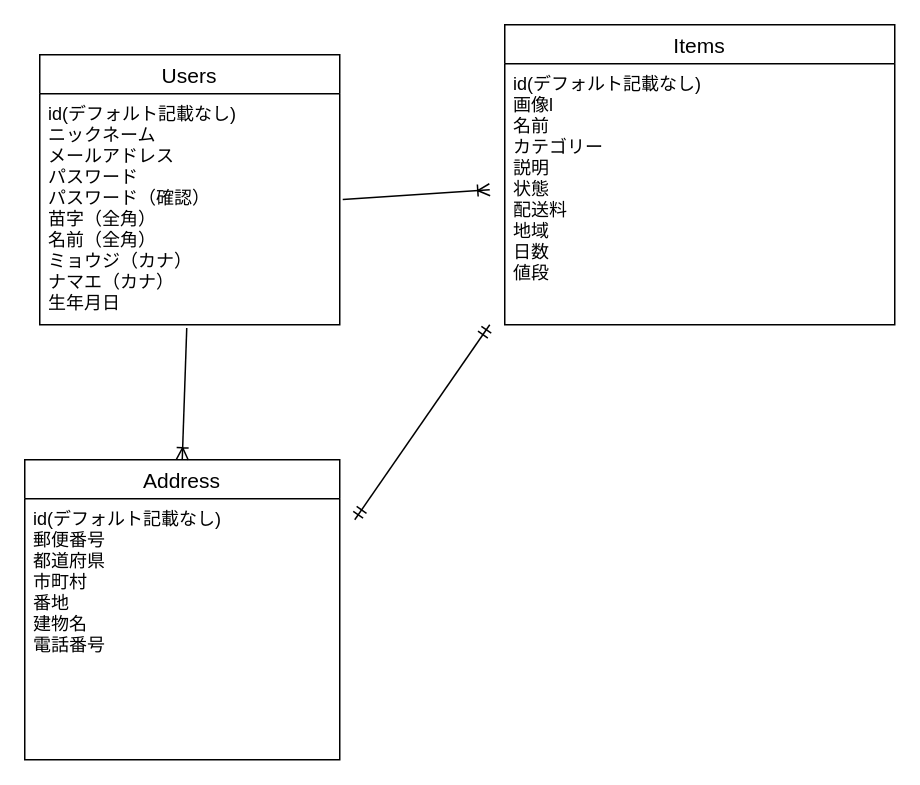
Before: app/views/furima.dio in shin224224/furima-34968, a draw.io diagram. Source tidied: cells renumbered, new cells numbered last; positions are measured from the earlier drawing's top-left corner, leaving out a move shared by most shapes. Both pictures are drawn from the tidied source at 150%, with x=0, y=0 at pixel (24, 24).
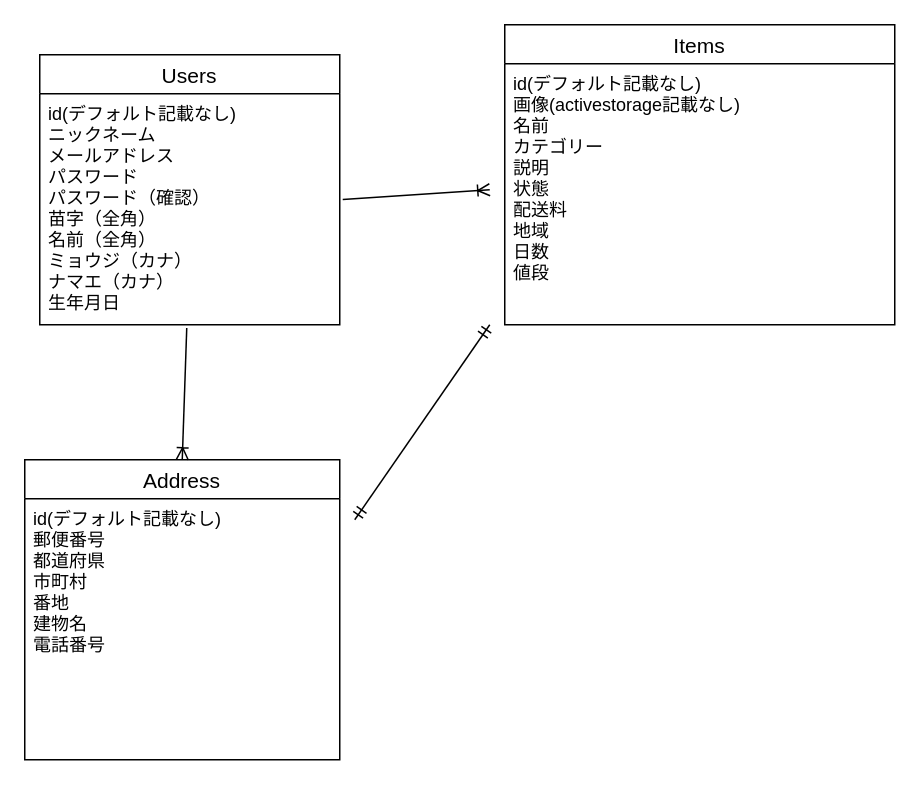
The same page after the edit.

Change to the diagram source:
```diff
@@
 <mxGraphModel>
   <root>
     <mxCell id="0" />
     <mxCell id="1" parent="0" />
     <mxCell id="2" value="Users" style="swimlane;fontStyle=0;horizontal=1;startSize=26;align=center;fontSize=14;" parent="1" vertex="1">
       <mxGeometry x="10" y="20" width="200" height="180" as="geometry" />
     </mxCell>
     <mxCell id="3" value="id(デフォルト記載なし)&#10;ニックネーム&#10;メールアドレス&#10;パスワード&#10;パスワード（確認）&#10;苗字（全角）&#10;名前（全角）&#10;ミョウジ（カナ）&#10;ナマエ（カナ）&#10;生年月日&#10;" style="text;strokeColor=none;fillColor=none;spacingLeft=4;spacingRight=4;overflow=hidden;points=[[0,0.5],[1,0.5]];portConstraint=eastwest;fontSize=12;" parent="2" vertex="1">
       <mxGeometry y="26" width="200" height="154" as="geometry" />
     </mxCell>
     <mxCell id="4" value="Items" style="swimlane;fontStyle=0;horizontal=1;startSize=26;align=center;fontSize=14;" parent="1" vertex="1">
       <mxGeometry x="320" width="260" height="200" as="geometry" />
     </mxCell>
-    <mxCell id="5" value="id(デフォルト記載なし)&#10;画像l&#10;名前&#10;カテゴリー&#10;説明&#10;状態&#10;配送料&#10;地域&#10;日数&#10;値段" style="text;strokeColor=none;fillColor=none;spacingLeft=4;spacingRight=4;overflow=hidden;fontSize=12;" parent="4" vertex="1">
+    <mxCell id="5" value="id(デフォルト記載なし)&#10;画像(activestorage記載なし)&#10;名前&#10;カテゴリー&#10;説明&#10;状態&#10;配送料&#10;地域&#10;日数&#10;値段" style="text;strokeColor=none;fillColor=none;spacingLeft=4;spacingRight=4;overflow=hidden;fontSize=12;" parent="4" vertex="1">
       <mxGeometry y="26" width="260" height="174" as="geometry" />
     </mxCell>
     <mxCell id="6" value="Address" style="swimlane;fontStyle=0;horizontal=1;startSize=26;align=center;fontSize=14;" parent="1" vertex="1">
       <mxGeometry y="290" width="210" height="200" as="geometry" />
     </mxCell>
     <mxCell id="7" value="id(デフォルト記載なし)&#10;郵便番号&#10;都道府県&#10;市町村&#10;番地&#10;建物名&#10;電話番号&#10;" style="text;strokeColor=none;fillColor=none;spacingLeft=4;spacingRight=4;overflow=hidden;fontSize=12;" parent="6" vertex="1">
       <mxGeometry y="26" width="210" height="174" as="geometry" />
     </mxCell>
     <mxCell id="8" style="fontSize=12;html=1;endArrow=ERoneToMany;exitX=0.49;exitY=1.014;exitDx=0;exitDy=0;exitPerimeter=0;entryX=0.5;entryY=0;entryDx=0;entryDy=0;" parent="1" edge="1" source="3" target="6">
       <mxGeometry relative="1" as="geometry" />
     </mxCell>
     <mxCell id="9" style="fontSize=12;html=1;endArrow=ERoneToMany;exitX=1.01;exitY=0.458;exitDx=0;exitDy=0;exitPerimeter=0;" parent="1" edge="1" source="3">
       <mxGeometry relative="1" as="geometry">
         <mxPoint x="310" y="110" as="targetPoint" />
       </mxGeometry>
     </mxCell>
     <mxCell id="10" style="fontSize=12;html=1;endArrow=ERmandOne;startArrow=ERmandOne;" parent="1" edge="1">
       <mxGeometry relative="1" as="geometry">
         <mxPoint x="220" y="330" as="sourcePoint" />
         <mxPoint x="310" y="200" as="targetPoint" />
       </mxGeometry>
     </mxCell>
   </root>
 </mxGraphModel>
```
